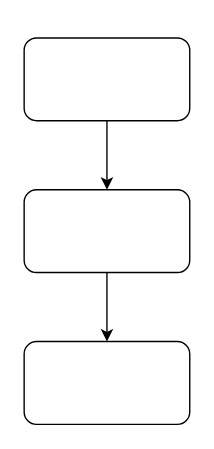
Above: 111.drawio in redcomet88/androiddemo (draw.io), before the change. Source tidied: cells renumbered, new cells numbered last; positions are measured from the earlier drawing's top-left corner, leaving out a move shared by most shapes. Both pictures are drawn from the tidied source at 138%, with x=0, y=0 at pixel (23, 37).
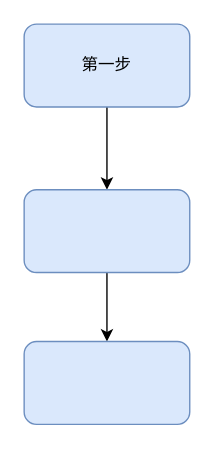
After the change.

The edit, as a diff of the source:
```diff
@@
 <mxGraphModel>
   <root>
     <mxCell id="0" />
     <mxCell id="1" parent="0" />
     <mxCell id="2" style="edgeStyle=orthogonalEdgeStyle;rounded=0;jettySize=auto;html=1;exitX=0.5;exitY=1;exitDx=0;exitDy=0;entryX=0.5;entryY=0;entryDx=0;entryDy=0;" parent="1" edge="1" source="3" target="5">
       <mxGeometry relative="1" as="geometry" />
     </mxCell>
-    <mxCell id="3" style="rounded=1;whiteSpace=wrap;html=1;" parent="1" vertex="1">
-      <mxGeometry width="120" height="60" as="geometry" />
+    <mxCell id="3" value="第一步" style="rounded=1;whiteSpace=wrap;html=1;fillColor=#dae8fc;strokeColor=#6c8ebf;" parent="1" vertex="1">
+      <mxGeometry y="-10" width="120" height="60" as="geometry" />
     </mxCell>
     <mxCell id="4" style="edgeStyle=orthogonalEdgeStyle;rounded=0;jettySize=auto;html=1;exitX=0.5;exitY=1;exitDx=0;exitDy=0;entryX=0.5;entryY=0;entryDx=0;entryDy=0;" parent="1" edge="1" source="5" target="6">
       <mxGeometry relative="1" as="geometry" />
     </mxCell>
-    <mxCell id="5" style="rounded=1;whiteSpace=wrap;html=1;" parent="1" vertex="1">
+    <mxCell id="5" style="rounded=1;whiteSpace=wrap;html=1;fillColor=#dae8fc;strokeColor=#6c8ebf;" parent="1" vertex="1">
       <mxGeometry y="110" width="120" height="60" as="geometry" />
     </mxCell>
-    <mxCell id="6" style="rounded=1;whiteSpace=wrap;html=1;" parent="1" vertex="1">
+    <mxCell id="6" style="rounded=1;whiteSpace=wrap;html=1;fillColor=#dae8fc;strokeColor=#6c8ebf;" parent="1" vertex="1">
       <mxGeometry y="220" width="120" height="60" as="geometry" />
     </mxCell>
   </root>
 </mxGraphModel>
```
